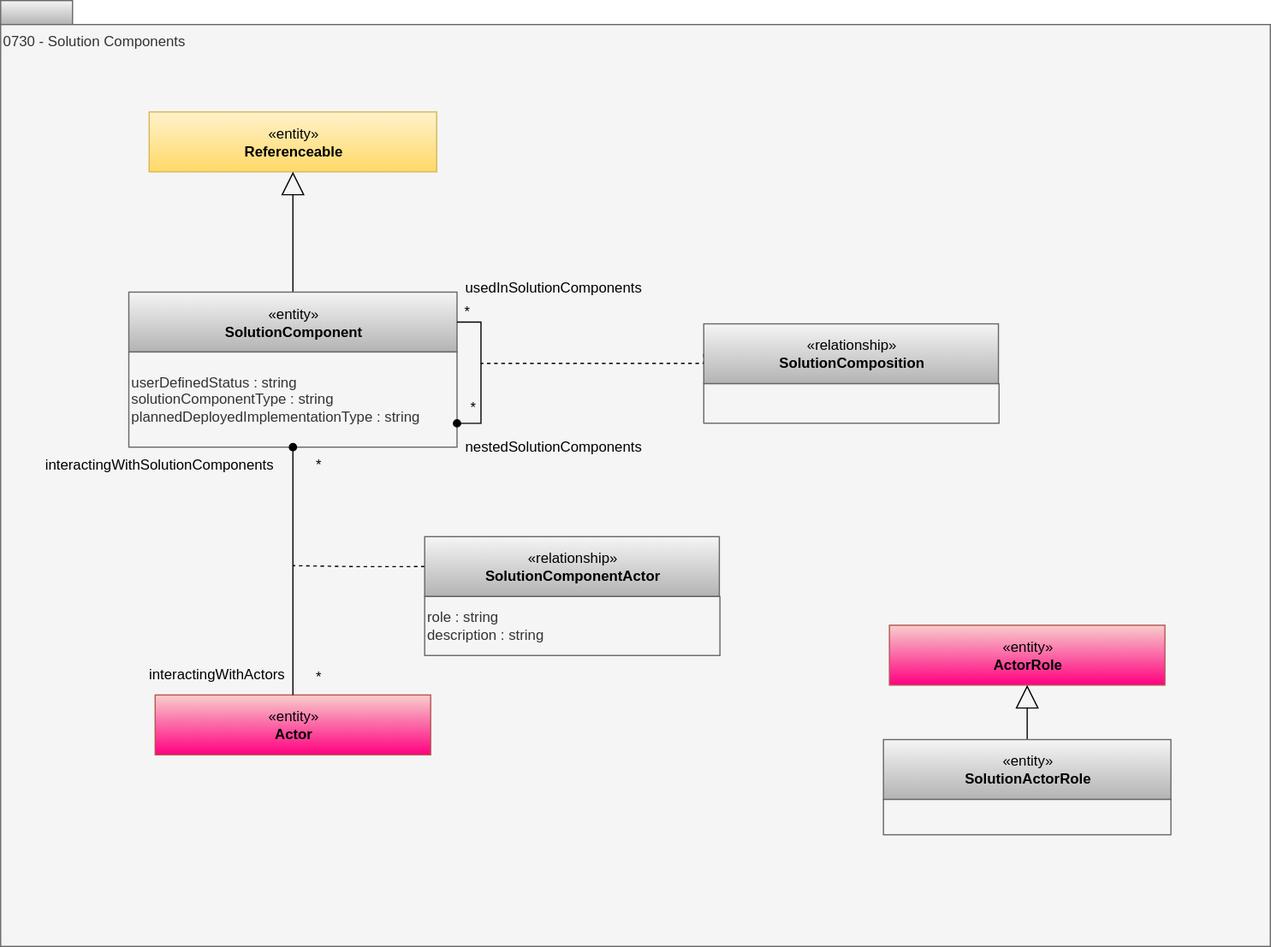
This is site/docs/types/7/0730-Solution-Components.svg from odpi/egeria-docs, a draw.io export, as it was before one commit. Source tidied: cells renumbered, new cells last; positions are measured from the earlier drawing's top-left corner, leaving out a move shared by most shapes.
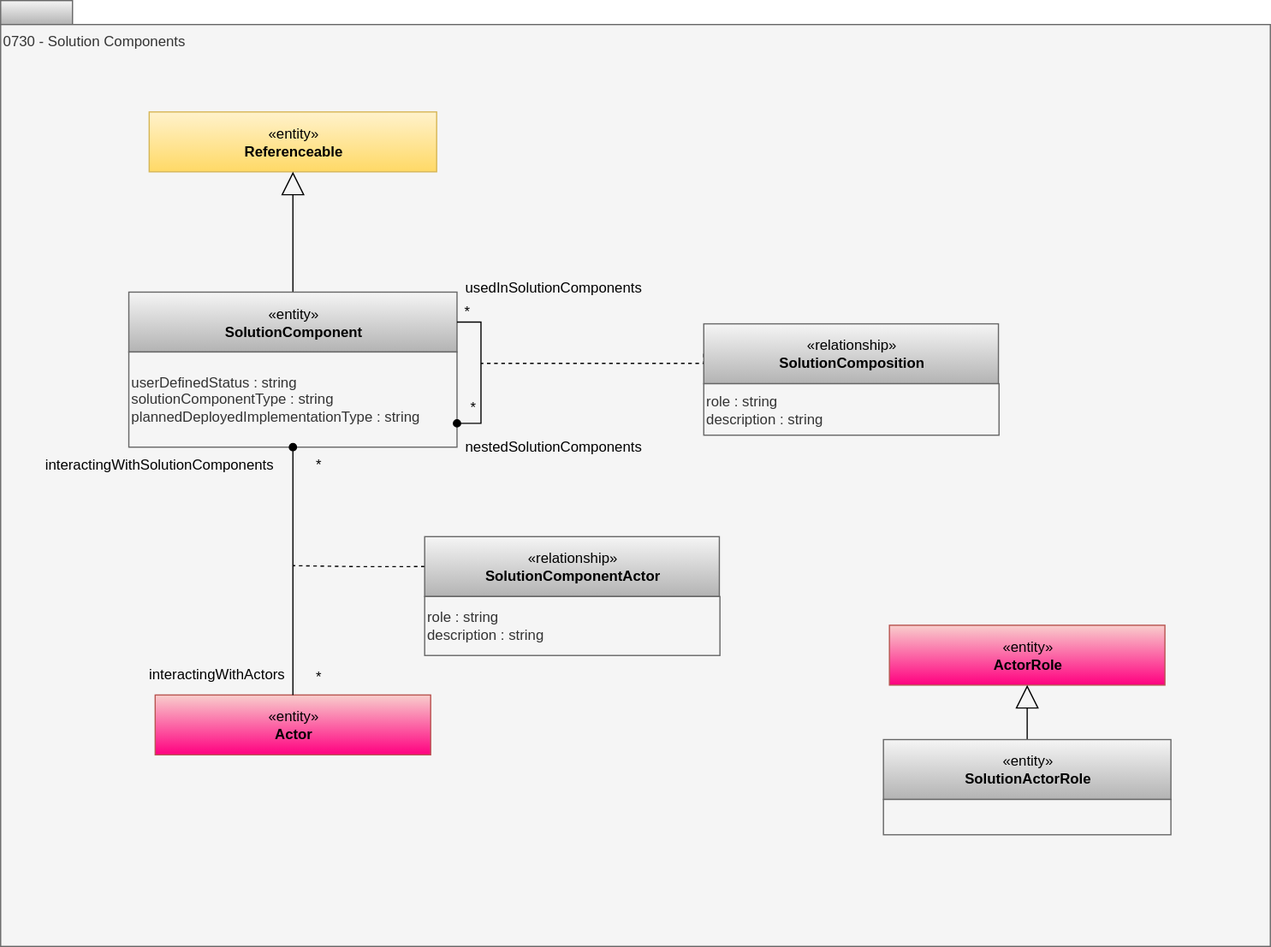
Later version of the same file.

Diff of the diagram source:
```diff
@@ -22,8 +22,8 @@
     <mxCell id="6" value="«relationship»&lt;br&gt;&lt;b&gt;SolutionComposition&lt;/b&gt;" style="html=1;strokeColor=#666666;align=center;fillColor=#f5f5f5;gradientColor=#b3b3b3;" parent="1" vertex="1">
       <mxGeometry x="587" y="270" width="246" height="50" as="geometry" />
     </mxCell>
-    <mxCell id="7" style="rounded=0;whiteSpace=wrap;html=1;strokeColor=#666666;align=left;fillColor=#f5f5f5;fontColor=#333333;" parent="1" vertex="1">
-      <mxGeometry x="587" y="320" width="246.5" height="33" as="geometry" />
+    <mxCell id="7" value="role : string&lt;div&gt;description : string&lt;/div&gt;" style="rounded=0;whiteSpace=wrap;html=1;strokeColor=#666666;align=left;fillColor=#f5f5f5;fontColor=#333333;" parent="1" vertex="1">
+      <mxGeometry x="587" y="320" width="246.5" height="43" as="geometry" />
     </mxCell>
     <mxCell id="8" style="edgeStyle=orthogonalEdgeStyle;rounded=0;jettySize=auto;html=1;exitX=0.5;exitY=0;exitDx=0;exitDy=0;endArrow=block;endFill=0;endSize=17;" parent="1" edge="1" source="9" target="4">
       <mxGeometry relative="1" as="geometry" />
```
